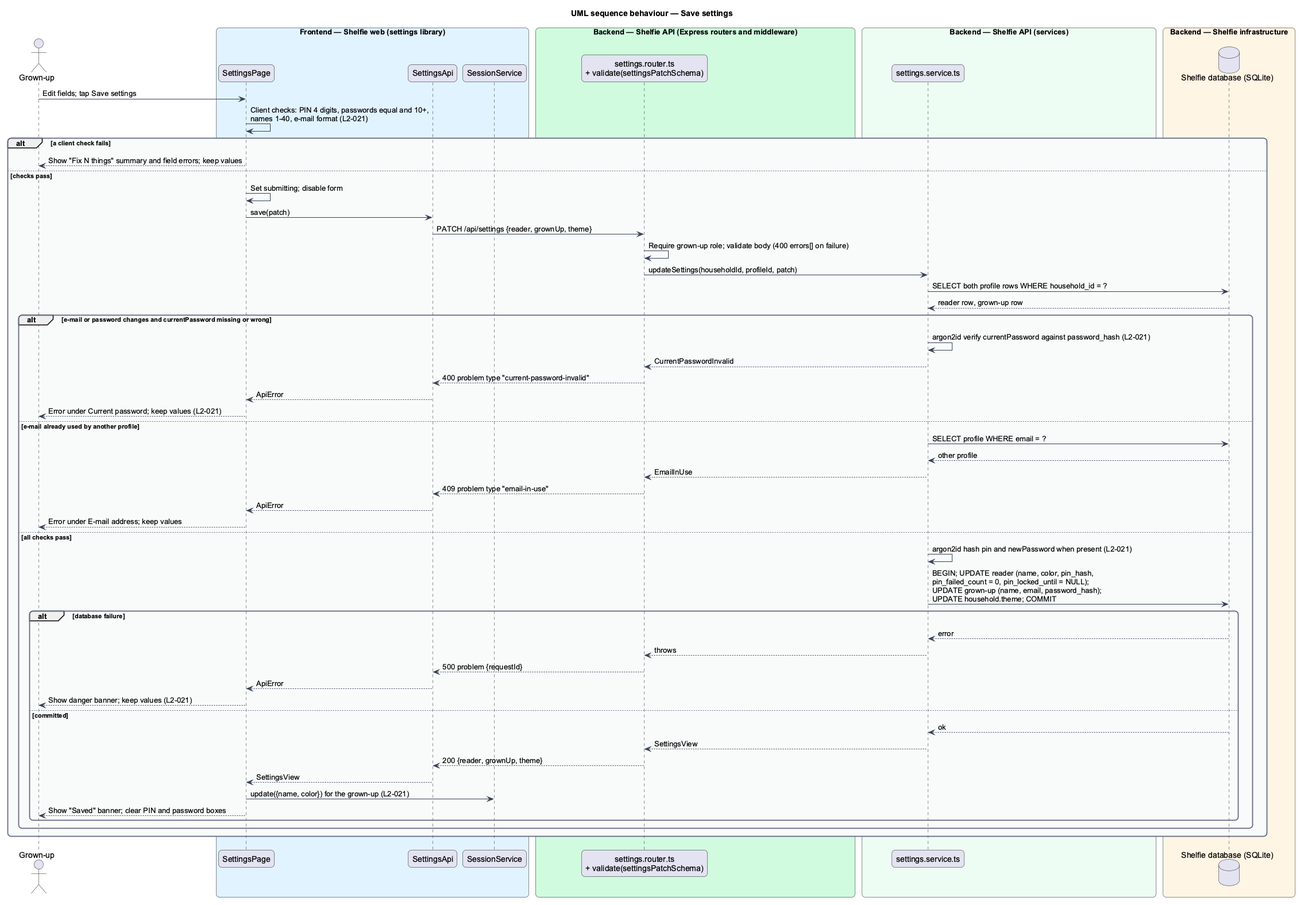
This is docs/detailed-designs/settings/edit-household-settings/diagrams/sequence-save-settings.png from QuinntyneBrown/shelfie, a PlantUML export, as it was before one commit.
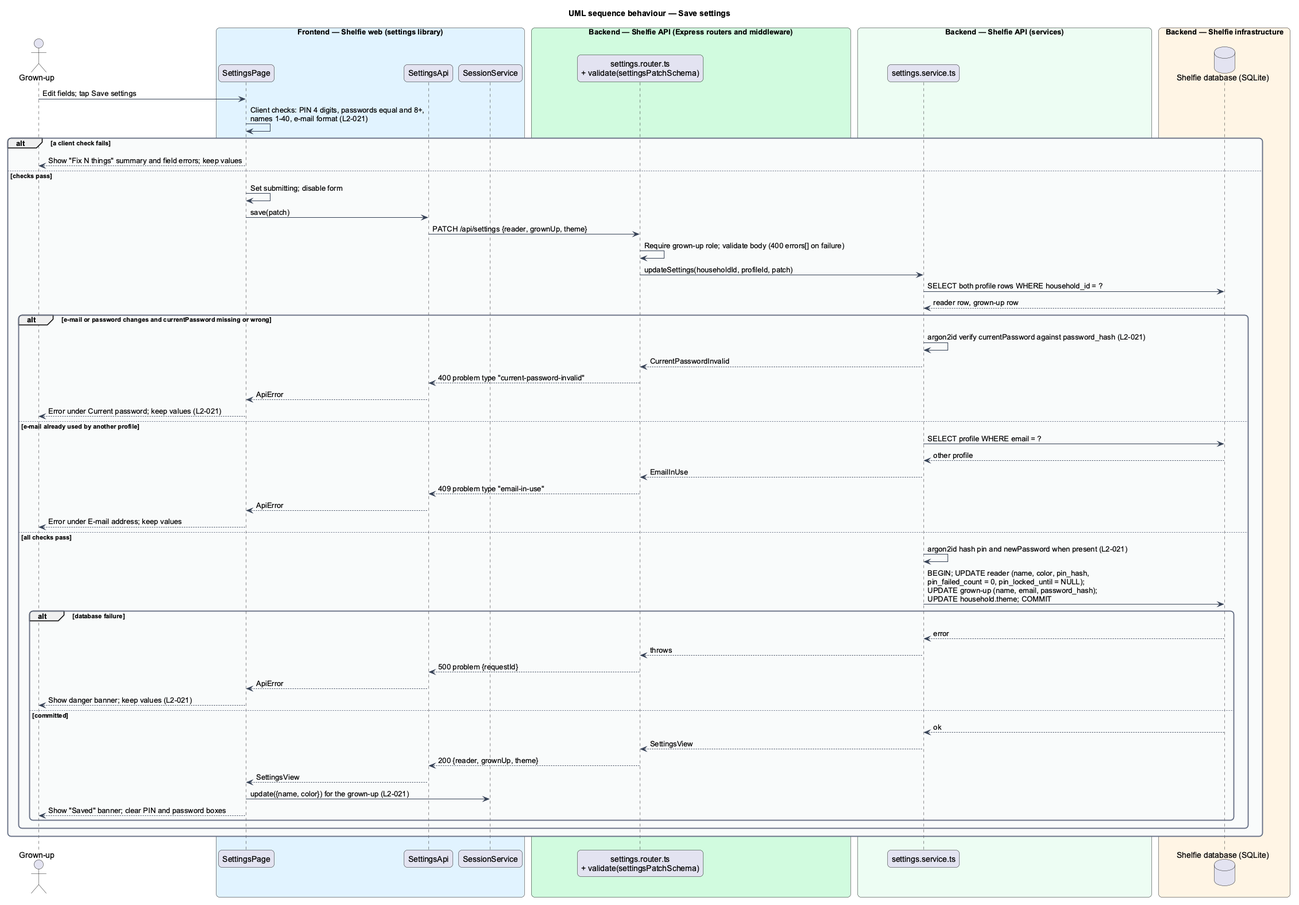
After the change.

The edit, as a diff of the source:
```diff
@@ -31,7 +31,7 @@
 end box
 
 grownUp -> page : Edit fields; tap Save settings
-page -> page : Client checks: PIN 4 digits, passwords equal and 10+,\nnames 1-40, e-mail format (L2-021)
+page -> page : Client checks: PIN 4 digits, passwords equal and 8+,\nnames 1-40, e-mail format (L2-021)
 alt a client check fails
   page --> grownUp : Show "Fix N things" summary and field errors; keep values
 else checks pass
```
